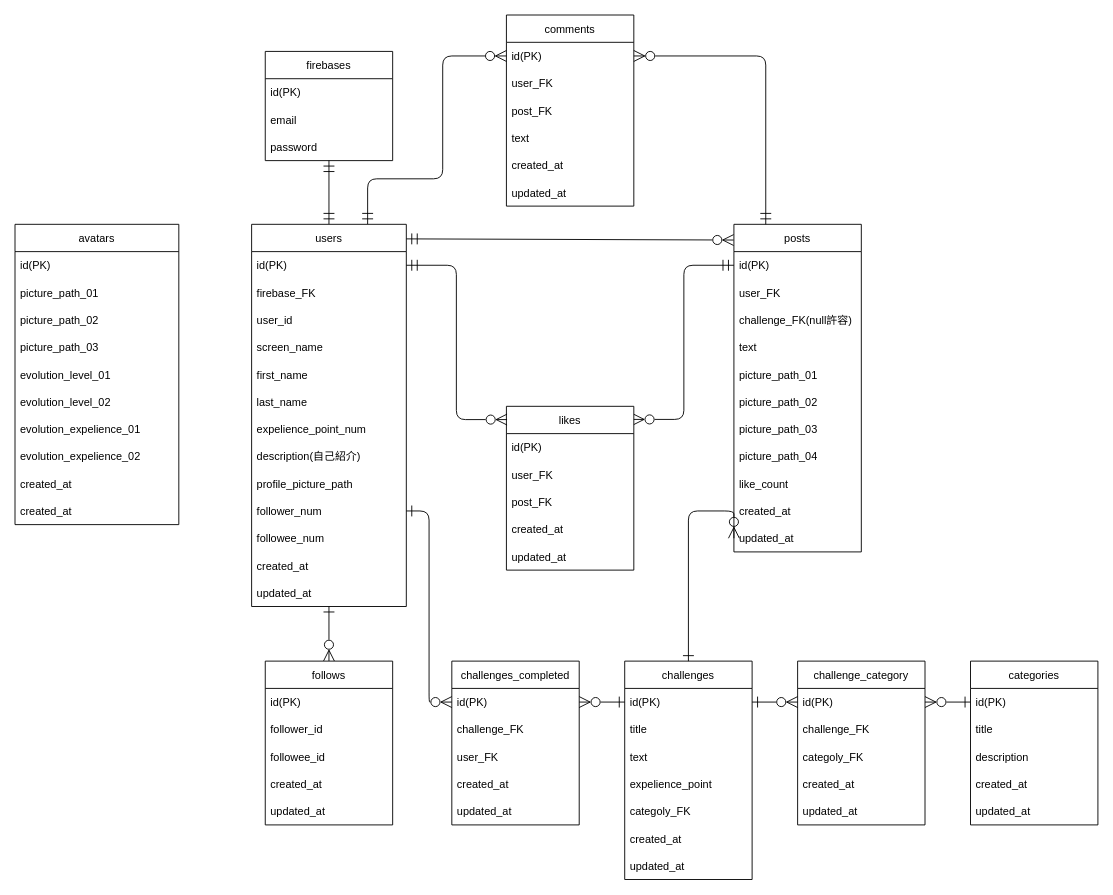
koki-fore/fastapi-practice keeps this draw.io diagram as ER.drawio. Above is the earlier version. Source tidied: cells renumbered, new cells numbered last; positions are measured from the earlier drawing's top-left corner, leaving out a move shared by most shapes. Both pictures are drawn from the tidied source at 91%, with x=0, y=0 at pixel (15, 15).
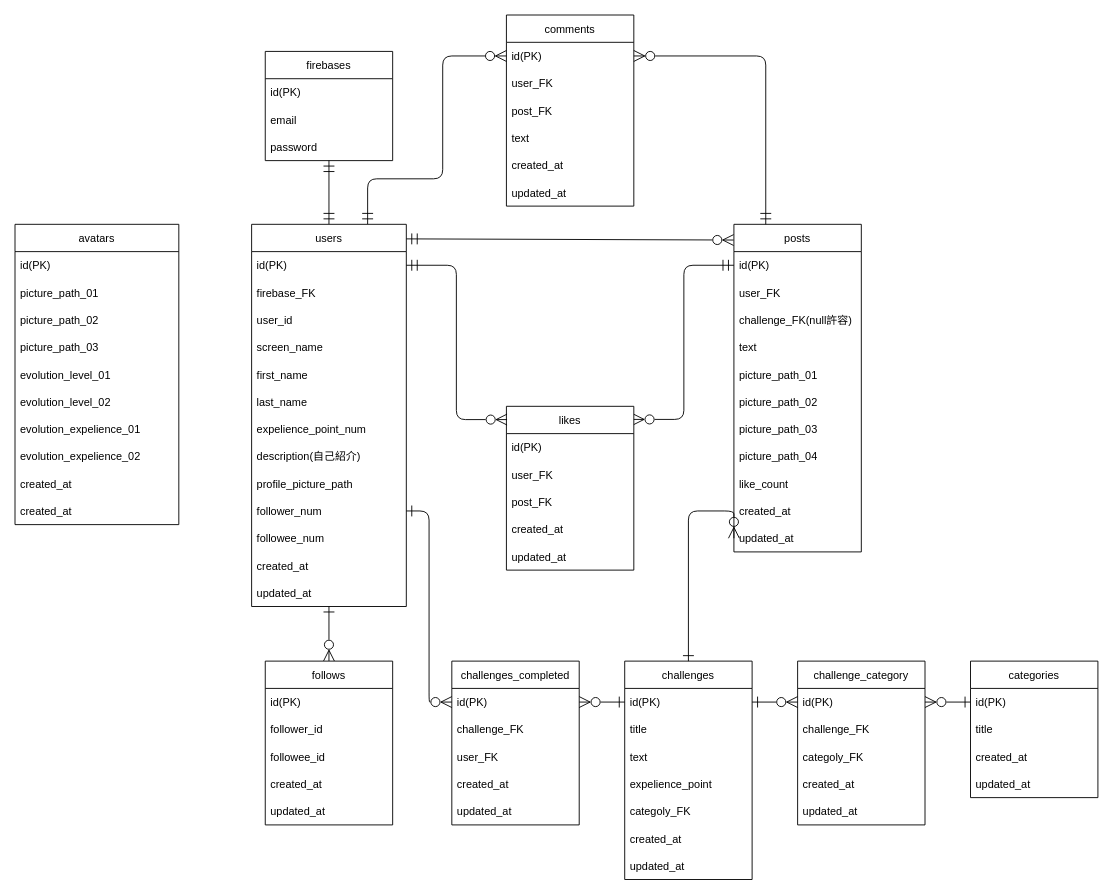
The same diagram, later.

The edit, as a diff of the source:
```diff
@@
     <mxCell id="69" value="categories" style="swimlane;fontStyle=0;horizontal=1;startSize=30;" parent="1" vertex="1">
-      <mxGeometry x="1050" y="710" width="140" height="180" as="geometry" />
+      <mxGeometry x="1050" y="710" width="140" height="150" as="geometry" />
     </mxCell>
@@
-    <mxCell id="72" value="description" style="text;strokeColor=none;fillColor=none;align=left;verticalAlign=middle;spacingLeft=4;spacingRight=4;overflow=hidden;" parent="69" vertex="1">
-      <mxGeometry y="90" width="140" height="30" as="geometry" />
-    </mxCell>
     <mxCell id="73" value="created_at" style="text;strokeColor=none;fillColor=none;align=left;verticalAlign=middle;spacingLeft=4;spacingRight=4;overflow=hidden;" parent="69" vertex="1">
-      <mxGeometry y="120" width="140" height="30" as="geometry" />
+      <mxGeometry y="90" width="140" height="30" as="geometry" />
     </mxCell>
     <mxCell id="74" value="updated_at" style="text;strokeColor=none;fillColor=none;align=left;verticalAlign=middle;spacingLeft=4;spacingRight=4;overflow=hidden;" parent="69" vertex="1">
-      <mxGeometry y="150" width="140" height="30" as="geometry" />
+      <mxGeometry y="120" width="140" height="30" as="geometry" />
     </mxCell>
```
